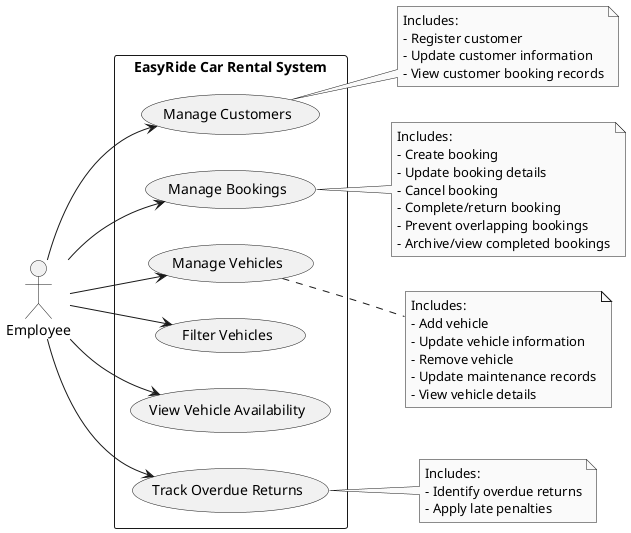
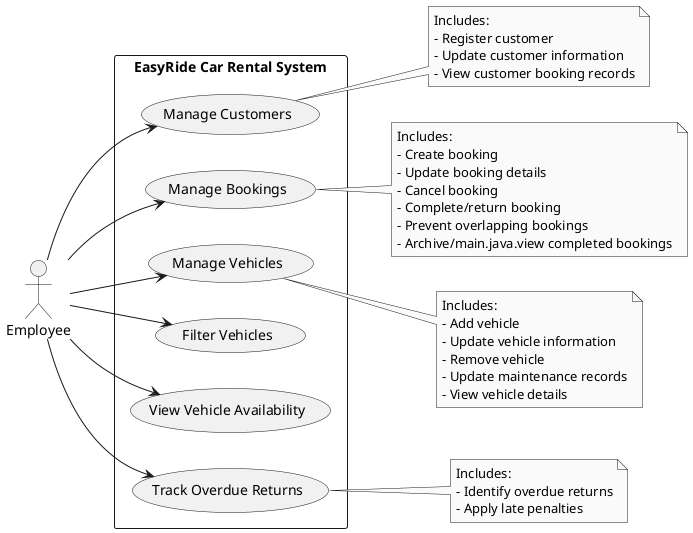
@startuml
left to right direction

skinparam monochrome true
skinparam shadowing false

actor Employee

rectangle "EasyRide Car Rental System" {

  usecase "Manage Customers" as UC1
  usecase "Manage Bookings" as UC2
  usecase "Manage Vehicles" as UC3
  usecase "Filter Vehicles" as UC4
  usecase "View Vehicle Availability" as UC5
  usecase "Track Overdue Returns" as UC6
}

Employee --> UC1
Employee --> UC2
Employee --> UC3
Employee --> UC4
Employee --> UC5
Employee --> UC6

note right of UC1
Includes:
- Register customer
- Update customer information
- View customer booking records
end note

note right of UC2
Includes:
- Create booking
- Update booking details
- Cancel booking
- Complete/return booking
- Prevent overlapping bookings
- - Archive/view completed bookings
+ - Archive/main.java.view completed bookings
end note

note right of UC3
Includes:
- Add vehicle
- Update vehicle information
- Remove vehicle
- Update maintenance records
- View vehicle details
end note

note right of UC6
Includes:
- Identify overdue returns
- Apply late penalties
end note

@enduml